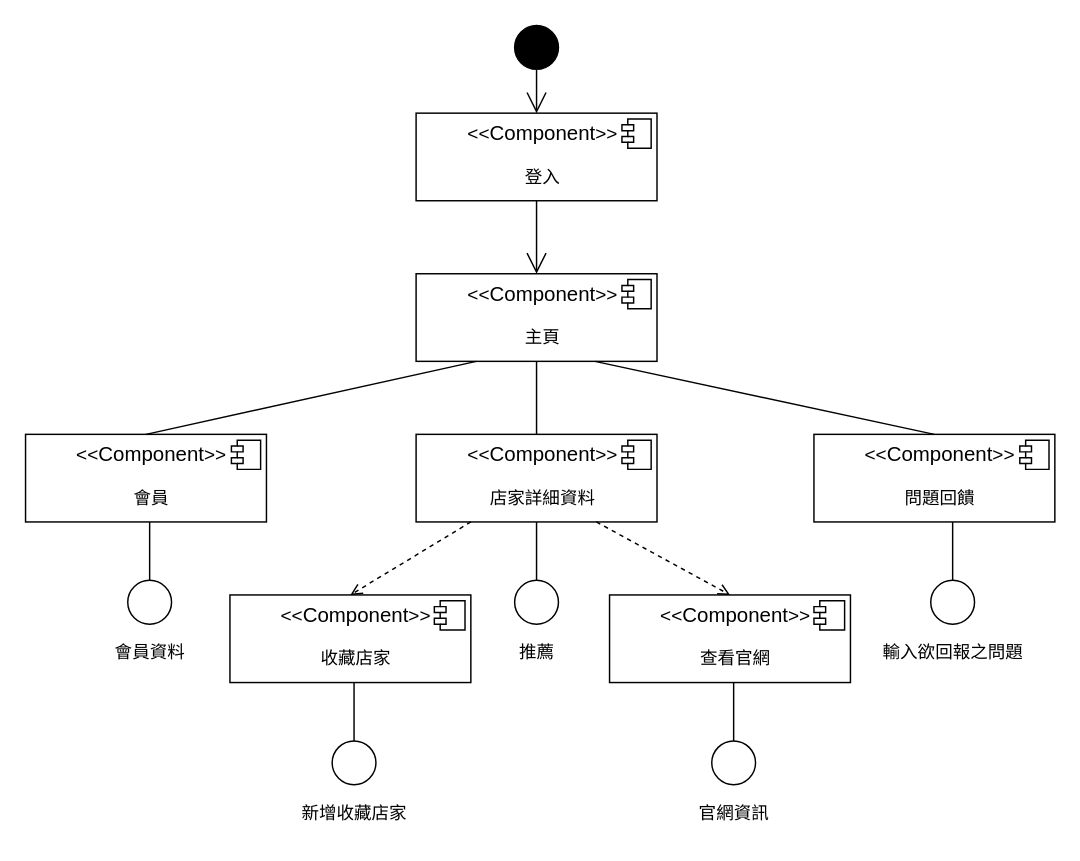
Above: 文件資料/物件導向分析/元件圖.drawio in Cuddles-Yu/ntub-coding (draw.io), before the change. Source tidied: cells renumbered, new cells numbered last; positions are measured from the earlier drawing's top-left corner, leaving out a move shared by most shapes. Both pictures are drawn from the tidied source at 146%, with x=0, y=0 at pixel (25, 25).
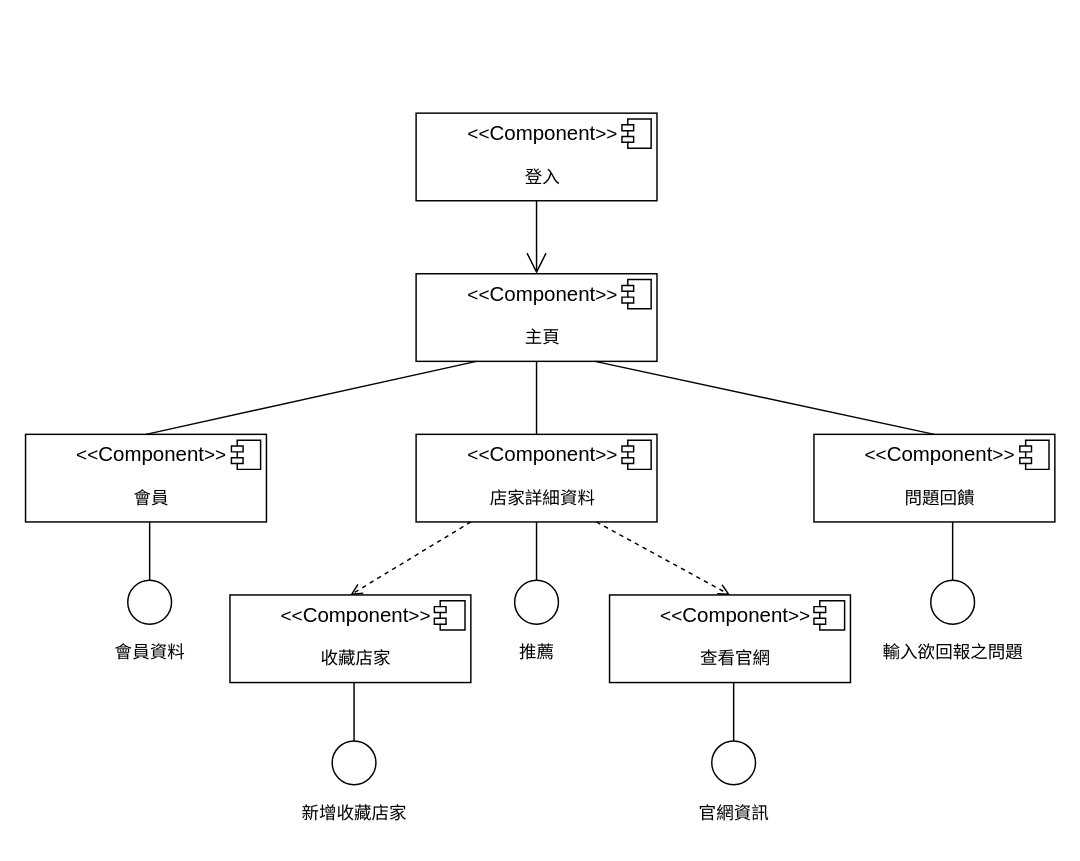
The same diagram, later.

What changed in the source:
```diff
@@
-    <mxCell id="14" style="ellipse;fillColor=strokeColor;html=1;" parent="1" vertex="1">
-      <mxGeometry x="335" width="30" height="30" as="geometry" />
-    </mxCell>
-    <mxCell id="15" style="endArrow=open;endFill=1;endSize=12;html=1;rounded=0;" parent="1" edge="1">
-      <mxGeometry relative="1" as="geometry">
-        <mxPoint x="350" y="30" as="sourcePoint" />
-        <mxPoint x="350" y="60" as="targetPoint" />
-      </mxGeometry>
-    </mxCell>
```
